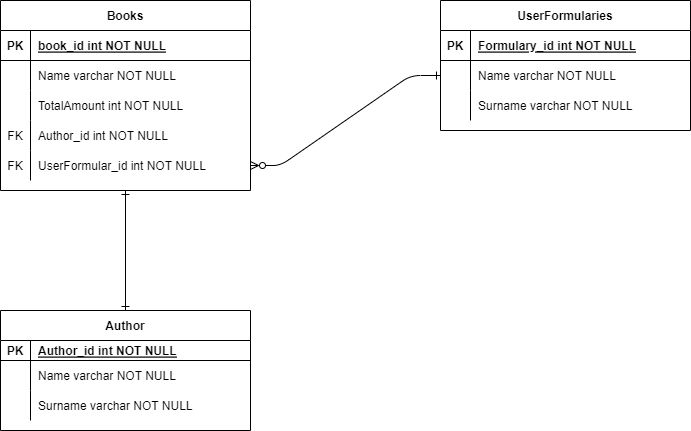
This is C4/Lab3_ER.drawio.png from JohnnyJa/Library-Web-Api, a draw.io export, as it was before one commit. Source tidied: cells renumbered, new cells last; positions are measured from the earlier drawing's top-left corner, leaving out a move shared by most shapes.
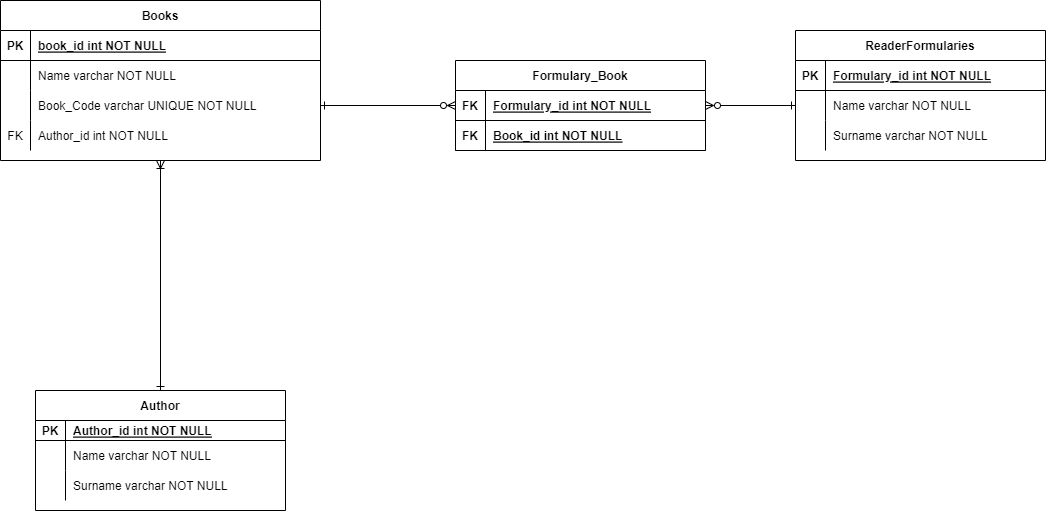
After the change.

Commit message:
Lab3 architecture changed

What changed in the source:
```diff
@@ -2,8 +2,8 @@
   <root>
     <mxCell id="0" />
     <mxCell id="1" parent="0" />
-    <mxCell id="2" value="UserFormularies" style="shape=table;startSize=30;rowLines=0;fontStyle=1;align=center;" parent="1" vertex="1">
-      <mxGeometry x="440" width="250" height="130" as="geometry" />
+    <mxCell id="2" value="ReaderFormularies" style="shape=table;startSize=30;rowLines=0;fontStyle=1;align=center;" parent="1" vertex="1">
+      <mxGeometry x="760" y="-50" width="250" height="130" as="geometry" />
     </mxCell>
     <mxCell id="3" style="shape=partialRectangle;fillColor=none;top=0;left=0;right=0;bottom=1;" parent="2" vertex="1">
       <mxGeometry y="30" width="250" height="30" as="geometry" />
@@ -33,53 +33,44 @@
       <mxGeometry x="30" width="220" height="30" as="geometry" />
     </mxCell>
     <mxCell id="12" value="Books" style="shape=table;startSize=30;rowLines=0;fontStyle=1;align=center;" parent="1" vertex="1">
-      <mxGeometry width="250" height="190" as="geometry" />
+      <mxGeometry x="-35" y="-80" width="320" height="160" as="geometry" />
     </mxCell>
     <mxCell id="13" style="shape=partialRectangle;fillColor=none;top=0;left=0;right=0;bottom=1;" parent="12" vertex="1">
-      <mxGeometry y="30" width="250" height="30" as="geometry" />
+      <mxGeometry y="30" width="320" height="30" as="geometry" />
     </mxCell>
     <mxCell id="14" value="PK" style="shape=partialRectangle;overflow=hidden;fillColor=none;top=0;left=0;bottom=0;right=0;fontStyle=1;" parent="13" vertex="1">
       <mxGeometry width="30" height="30" as="geometry" />
     </mxCell>
     <mxCell id="15" value="book_id int NOT NULL " style="shape=partialRectangle;overflow=hidden;fillColor=none;top=0;left=0;bottom=0;right=0;align=left;spacingLeft=6;fontStyle=5;" parent="13" vertex="1">
-      <mxGeometry x="30" width="220" height="30" as="geometry" />
+      <mxGeometry x="30" width="290" height="30" as="geometry" />
     </mxCell>
     <mxCell id="16" style="shape=partialRectangle;fillColor=none;top=0;left=0;right=0;bottom=0;" parent="12" vertex="1">
-      <mxGeometry y="60" width="250" height="30" as="geometry" />
+      <mxGeometry y="60" width="320" height="30" as="geometry" />
     </mxCell>
     <mxCell id="17" style="shape=partialRectangle;overflow=hidden;fillColor=none;top=0;left=0;bottom=0;right=0;" parent="16" vertex="1">
       <mxGeometry width="30" height="30" as="geometry" />
     </mxCell>
     <mxCell id="18" value="Name varchar NOT NULL" style="shape=partialRectangle;overflow=hidden;fillColor=none;top=0;left=0;bottom=0;right=0;align=left;spacingLeft=6;" parent="16" vertex="1">
-      <mxGeometry x="30" width="220" height="30" as="geometry" />
+      <mxGeometry x="30" width="290" height="30" as="geometry" />
     </mxCell>
     <mxCell id="19" style="shape=partialRectangle;fillColor=none;points=[[0,0.5],[1,0.5]];portConstraint=eastwest;top=0;left=0;right=0;bottom=0;" parent="12" vertex="1">
-      <mxGeometry y="90" width="250" height="30" as="geometry" />
+      <mxGeometry y="90" width="320" height="30" as="geometry" />
     </mxCell>
     <mxCell id="20" style="shape=partialRectangle;overflow=hidden;fillColor=none;top=0;left=0;bottom=0;right=0;" parent="19" vertex="1">
       <mxGeometry width="30" height="30" as="geometry" />
     </mxCell>
-    <mxCell id="21" value="TotalAmount int NOT NULL" style="shape=partialRectangle;overflow=hidden;fillColor=none;top=0;left=0;bottom=0;right=0;align=left;spacingLeft=6;" parent="19" vertex="1">
-      <mxGeometry x="30" width="220" height="30" as="geometry" />
+    <mxCell id="21" value="Book_Code varchar UNIQUE NOT NULL" style="shape=partialRectangle;overflow=hidden;fillColor=none;top=0;left=0;bottom=0;right=0;align=left;spacingLeft=6;" parent="19" vertex="1">
+      <mxGeometry x="30" width="290" height="30" as="geometry" />
     </mxCell>
     <mxCell id="22" style="shape=partialRectangle;fillColor=none;top=0;left=0;right=0;bottom=0;" parent="12" vertex="1">
-      <mxGeometry y="120" width="250" height="30" as="geometry" />
+      <mxGeometry y="120" width="320" height="30" as="geometry" />
     </mxCell>
     <mxCell id="23" value="FK" style="shape=partialRectangle;overflow=hidden;fillColor=none;top=0;left=0;bottom=0;right=0;" parent="22" vertex="1">
       <mxGeometry width="30" height="30" as="geometry" />
     </mxCell>
     <mxCell id="24" value="Author_id int NOT NULL" style="shape=partialRectangle;overflow=hidden;fillColor=none;top=0;left=0;bottom=0;right=0;align=left;spacingLeft=6;" parent="22" vertex="1">
-      <mxGeometry x="30" width="220" height="30" as="geometry" />
+      <mxGeometry x="30" width="290" height="30" as="geometry" />
     </mxCell>
-    <mxCell id="25" style="shape=partialRectangle;fillColor=none;points=[[0,0.5],[1,0.5]];portConstraint=eastwest;top=0;left=0;right=0;bottom=0;" parent="12" vertex="1">
-      <mxGeometry y="150" width="250" height="30" as="geometry" />
-    </mxCell>
-    <mxCell id="26" value="FK" style="shape=partialRectangle;overflow=hidden;fillColor=none;top=0;left=0;bottom=0;right=0;" parent="25" vertex="1">
-      <mxGeometry width="30" height="30" as="geometry" />
-    </mxCell>
-    <mxCell id="27" value="UserFormular_id int NOT NULL" style="shape=partialRectangle;overflow=hidden;fillColor=none;top=0;left=0;bottom=0;right=0;align=left;spacingLeft=6;" parent="25" vertex="1">
-      <mxGeometry x="30" width="220" height="30" as="geometry" />
-    </mxCell>
     <mxCell id="28" value="Author" style="shape=table;startSize=30;rowLines=0;fontStyle=1;align=center;" parent="1" vertex="1">
       <mxGeometry y="310" width="250" height="120" as="geometry" />
     </mxCell>
@@ -110,11 +101,35 @@
     <mxCell id="37" value="Surname varchar NOT NULL" style="shape=partialRectangle;overflow=hidden;fillColor=none;top=0;left=0;bottom=0;right=0;align=left;spacingLeft=6;" parent="35" vertex="1">
       <mxGeometry x="30" width="220" height="30" as="geometry" />
     </mxCell>
-    <mxCell id="38" style="edgeStyle=entityRelationEdgeStyle;endArrow=ERzeroToMany;startArrow=ERone;endFill=0;startFill=0;entryX=1;entryY=0.5;entryDx=0;entryDy=0;exitX=0;exitY=0.5;exitDx=0;exitDy=0;" parent="1" edge="1" source="6" target="25">
-      <mxGeometry relative="1" as="geometry" />
-    </mxCell>
-    <mxCell id="39" style="edgeStyle=orthogonalEdgeStyle;endArrow=ERone;startArrow=ERone;endFill=0;startFill=0;entryX=0.5;entryY=1;entryDx=0;entryDy=0;exitX=0.5;exitY=0;exitDx=0;exitDy=0;" parent="1" edge="1" source="28" target="12">
+    <mxCell id="39" style="edgeStyle=orthogonalEdgeStyle;endArrow=ERoneToMany;startArrow=ERone;endFill=0;startFill=0;entryX=0.5;entryY=1;entryDx=0;entryDy=0;exitX=0.5;exitY=0;exitDx=0;exitDy=0;" parent="1" edge="1" source="28" target="12">
       <mxGeometry relative="1" as="geometry" />
     </mxCell>
+    <mxCell id="40" value="Formulary_Book" style="shape=table;startSize=30;rowLines=0;fontStyle=1;align=center;" parent="1" vertex="1">
+      <mxGeometry x="420" y="-20" width="250" height="90" as="geometry" />
+    </mxCell>
+    <mxCell id="41" style="shape=partialRectangle;fillColor=none;points=[[0,0.5],[1,0.5]];portConstraint=eastwest;top=0;left=0;right=0;bottom=1;" parent="40" vertex="1">
+      <mxGeometry y="30" width="250" height="30" as="geometry" />
+    </mxCell>
+    <mxCell id="42" value="FK" style="shape=partialRectangle;overflow=hidden;fillColor=none;top=0;left=0;bottom=0;right=0;fontStyle=1;" parent="41" vertex="1">
+      <mxGeometry width="30" height="30" as="geometry" />
+    </mxCell>
+    <mxCell id="43" value="Formulary_id int NOT NULL " style="shape=partialRectangle;overflow=hidden;fillColor=none;top=0;left=0;bottom=0;right=0;align=left;spacingLeft=6;fontStyle=5;" parent="41" vertex="1">
+      <mxGeometry x="30" width="220" height="30" as="geometry" />
+    </mxCell>
+    <mxCell id="44" style="shape=partialRectangle;fillColor=none;top=0;left=0;right=0;bottom=1;" parent="40" vertex="1">
+      <mxGeometry y="60" width="250" height="30" as="geometry" />
+    </mxCell>
+    <mxCell id="45" value="FK" style="shape=partialRectangle;overflow=hidden;fillColor=none;top=0;left=0;bottom=0;right=0;fontStyle=1;" parent="44" vertex="1">
+      <mxGeometry width="30" height="30" as="geometry" />
+    </mxCell>
+    <mxCell id="46" value="Book_id int NOT NULL " style="shape=partialRectangle;overflow=hidden;fillColor=none;top=0;left=0;bottom=0;right=0;align=left;spacingLeft=6;fontStyle=5;" parent="44" vertex="1">
+      <mxGeometry x="30" width="220" height="30" as="geometry" />
+    </mxCell>
+    <mxCell id="47" style="edgeStyle=orthogonalEdgeStyle;endArrow=ERone;startArrow=ERzeroToMany;endFill=0;startFill=0;entryX=1;entryY=0.5;entryDx=0;entryDy=0;exitX=0;exitY=0.5;exitDx=0;exitDy=0;" parent="1" edge="1" source="41" target="19">
+      <mxGeometry relative="1" as="geometry" />
+    </mxCell>
+    <mxCell id="48" style="edgeStyle=orthogonalEdgeStyle;endArrow=ERone;startArrow=ERzeroToMany;endFill=0;startFill=0;entryX=0;entryY=0.5;entryDx=0;entryDy=0;exitX=1;exitY=0.5;exitDx=0;exitDy=0;" parent="1" edge="1" source="41" target="6">
+      <mxGeometry relative="1" as="geometry" />
+    </mxCell>
   </root>
 </mxGraphModel>
```
